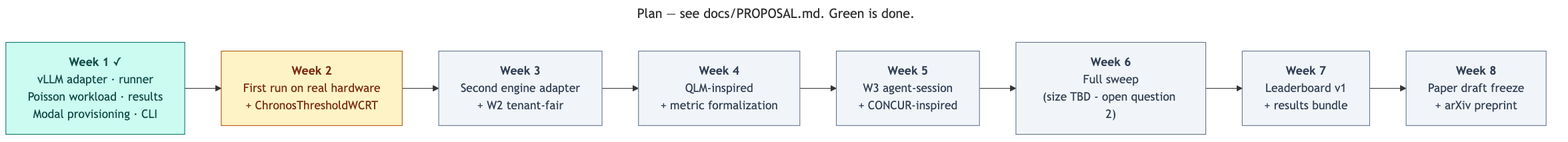
Earlier version of the Mermaid export docs/architecture/05-plan.png (harshuljain13/AdmitPerf). Its source is kept beside it as docs/architecture/05-plan.mmd.
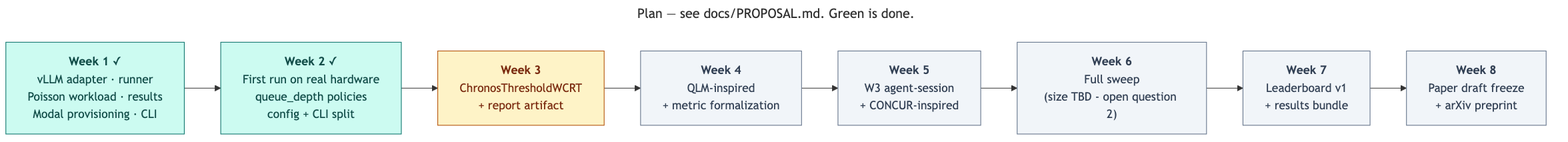
The same file after the commit.

The edit, as a diff of the source:
```diff
@@ -3,8 +3,8 @@
 ---
 flowchart LR
   W1["<b>Week 1</b> ✓<br/>vLLM adapter · runner<br/>Poisson workload · results<br/>Modal provisioning · CLI"]
-  W2["<b>Week 2</b><br/>First run on real hardware<br/>+ ChronosThresholdWCRT"]
-  W3["<b>Week 3</b><br/>Second engine adapter<br/>+ W2 tenant-fair"]
+  W2["<b>Week 2</b> ✓<br/>First run on real hardware<br/>queue_depth policies<br/>config + CLI split"]
+  W3["<b>Week 3</b><br/>ChronosThresholdWCRT<br/>+ report artifact"]
   W4["<b>Week 4</b><br/>QLM-inspired<br/>+ metric formalization"]
   W5["<b>Week 5</b><br/>W3 agent-session<br/>+ CONCUR-inspired"]
   W6["<b>Week 6</b><br/>Full sweep<br/>(size TBD - open question 2)"]
@@ -16,6 +16,6 @@
   classDef done fill:#ccfbf1,stroke:#0f766e,color:#134e4a
   classDef next fill:#fef3c7,stroke:#b45309,color:#7c2d12
   classDef future fill:#f1f5f9,stroke:#64748b,color:#334155
-  class W1 done
-  class W2 next
-  class W3,W4,W5,W6,W7,W8 future
+  class W1,W2 done
+  class W3 next
+  class W4,W5,W6,W7,W8 future
```
